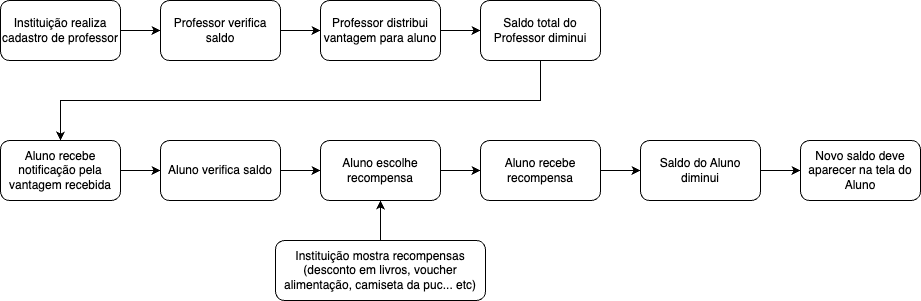
Earlier version of the draw.io export Projeto/fluxo-prototipo/FluxoMoedas.drawio.png (Renato-Paganini/LDS-LAB03). Source tidied: cells renumbered, new cells last; positions are measured from the earlier drawing's top-left corner, leaving out a move shared by most shapes. Its diagram source:
```xml
<mxGraphModel>
  <root>
    <mxCell id="0" />
    <mxCell id="1" parent="0" />
    <mxCell id="2" style="edgeStyle=orthogonalEdgeStyle;rounded=0;jettySize=auto;html=1;entryX=0;entryY=0.5;entryDx=0;entryDy=0;" parent="1" edge="1" source="3" target="5">
      <mxGeometry relative="1" as="geometry" />
    </mxCell>
    <mxCell id="3" value="Instituição realiza cadastro de professor" style="rounded=1;whiteSpace=wrap;html=1;" parent="1" vertex="1">
      <mxGeometry width="120" height="60" as="geometry" />
    </mxCell>
    <mxCell id="4" style="edgeStyle=orthogonalEdgeStyle;rounded=0;jettySize=auto;html=1;entryX=0;entryY=0.5;entryDx=0;entryDy=0;" parent="1" edge="1" source="5" target="7">
      <mxGeometry relative="1" as="geometry" />
    </mxCell>
    <mxCell id="5" value="Professor verifica saldo" style="rounded=1;whiteSpace=wrap;html=1;" parent="1" vertex="1">
      <mxGeometry x="160" width="120" height="60" as="geometry" />
    </mxCell>
    <mxCell id="6" style="edgeStyle=orthogonalEdgeStyle;rounded=0;jettySize=auto;html=1;" parent="1" edge="1" source="7" target="9">
      <mxGeometry relative="1" as="geometry" />
    </mxCell>
    <mxCell id="7" value="Professor distribui vantagem para aluno" style="rounded=1;whiteSpace=wrap;html=1;" parent="1" vertex="1">
      <mxGeometry x="320" width="120" height="60" as="geometry" />
    </mxCell>
    <mxCell id="8" style="edgeStyle=orthogonalEdgeStyle;rounded=0;jettySize=auto;html=1;" parent="1" edge="1" source="9" target="11">
      <mxGeometry relative="1" as="geometry">
        <Array as="points">
          <mxPoint x="540" y="100" />
          <mxPoint x="60" y="100" />
        </Array>
      </mxGeometry>
    </mxCell>
    <mxCell id="9" value="Saldo total do Professor diminui" style="rounded=1;whiteSpace=wrap;html=1;" parent="1" vertex="1">
      <mxGeometry x="480" width="120" height="60" as="geometry" />
    </mxCell>
    <mxCell id="10" style="edgeStyle=orthogonalEdgeStyle;rounded=0;jettySize=auto;html=1;" parent="1" edge="1" source="11" target="13">
      <mxGeometry relative="1" as="geometry" />
    </mxCell>
    <mxCell id="11" value="Aluno recebe notificação pela vantagem recebida" style="rounded=1;whiteSpace=wrap;html=1;" parent="1" vertex="1">
      <mxGeometry y="140" width="120" height="60" as="geometry" />
    </mxCell>
    <mxCell id="12" style="edgeStyle=orthogonalEdgeStyle;rounded=0;jettySize=auto;html=1;" parent="1" edge="1" source="13" target="15">
      <mxGeometry relative="1" as="geometry" />
    </mxCell>
    <mxCell id="13" value="Aluno verifica saldo" style="rounded=1;whiteSpace=wrap;html=1;" parent="1" vertex="1">
      <mxGeometry x="160" y="140" width="120" height="60" as="geometry" />
    </mxCell>
    <mxCell id="14" style="edgeStyle=orthogonalEdgeStyle;rounded=0;jettySize=auto;html=1;" parent="1" edge="1" source="15" target="17">
      <mxGeometry relative="1" as="geometry" />
    </mxCell>
    <mxCell id="15" value="Aluno escolhe recompensa" style="rounded=1;whiteSpace=wrap;html=1;" parent="1" vertex="1">
      <mxGeometry x="320" y="140" width="120" height="60" as="geometry" />
    </mxCell>
    <mxCell id="16" style="edgeStyle=orthogonalEdgeStyle;rounded=0;jettySize=auto;html=1;" parent="1" edge="1" source="17" target="19">
      <mxGeometry relative="1" as="geometry" />
    </mxCell>
    <mxCell id="17" value="Aluno recebe recompensa" style="rounded=1;whiteSpace=wrap;html=1;" parent="1" vertex="1">
      <mxGeometry x="480" y="140" width="120" height="60" as="geometry" />
    </mxCell>
    <mxCell id="18" style="edgeStyle=orthogonalEdgeStyle;rounded=0;jettySize=auto;html=1;" parent="1" edge="1" source="19" target="20">
      <mxGeometry relative="1" as="geometry" />
    </mxCell>
    <mxCell id="19" value="Saldo do Aluno diminui" style="rounded=1;whiteSpace=wrap;html=1;" parent="1" vertex="1">
      <mxGeometry x="640" y="140" width="120" height="60" as="geometry" />
    </mxCell>
    <mxCell id="20" value="Novo saldo deve aparecer na tela do Aluno" style="rounded=1;whiteSpace=wrap;html=1;" parent="1" vertex="1">
      <mxGeometry x="800" y="140" width="120" height="60" as="geometry" />
    </mxCell>
    <mxCell id="21" style="edgeStyle=orthogonalEdgeStyle;rounded=0;jettySize=auto;html=1;" parent="1" edge="1" source="22" target="15">
      <mxGeometry relative="1" as="geometry" />
    </mxCell>
    <mxCell id="22" value="Instituição mostra recompensas (desconto em livros, voucher alimentação, camiseta da puc... etc)" style="rounded=1;whiteSpace=wrap;html=1;" parent="1" vertex="1">
      <mxGeometry x="275" y="240" width="210" height="60" as="geometry" />
    </mxCell>
  </root>
</mxGraphModel>
```
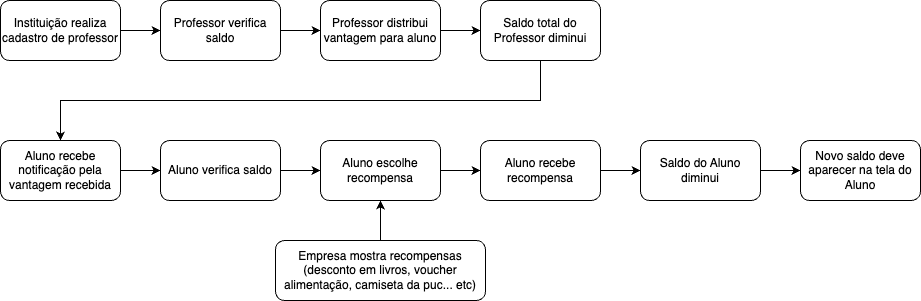
Above is the later version.

Commit message:
fluxo moedas

Diff of the diagram source:
```diff
@@ -67,7 +67,7 @@
     <mxCell id="21" style="edgeStyle=orthogonalEdgeStyle;rounded=0;jettySize=auto;html=1;" parent="1" edge="1" source="22" target="15">
       <mxGeometry relative="1" as="geometry" />
     </mxCell>
-    <mxCell id="22" value="Instituição mostra recompensas (desconto em livros, voucher alimentação, camiseta da puc... etc)" style="rounded=1;whiteSpace=wrap;html=1;" parent="1" vertex="1">
+    <mxCell id="22" value="Empresa mostra recompensas (desconto em livros, voucher alimentação, camiseta da puc... etc)" style="rounded=1;whiteSpace=wrap;html=1;" parent="1" vertex="1">
       <mxGeometry x="275" y="240" width="210" height="60" as="geometry" />
     </mxCell>
   </root>
```
